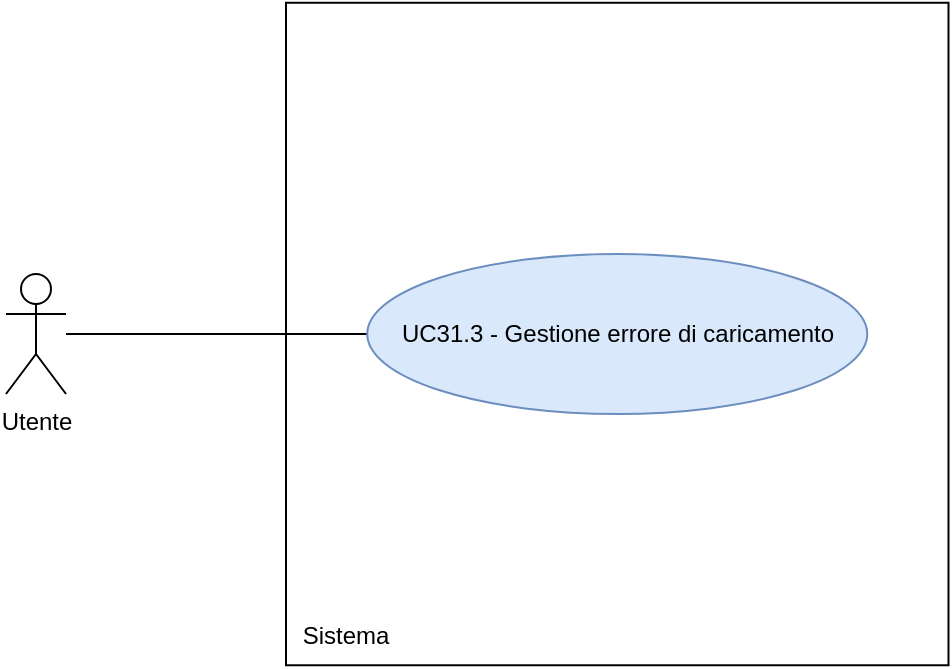
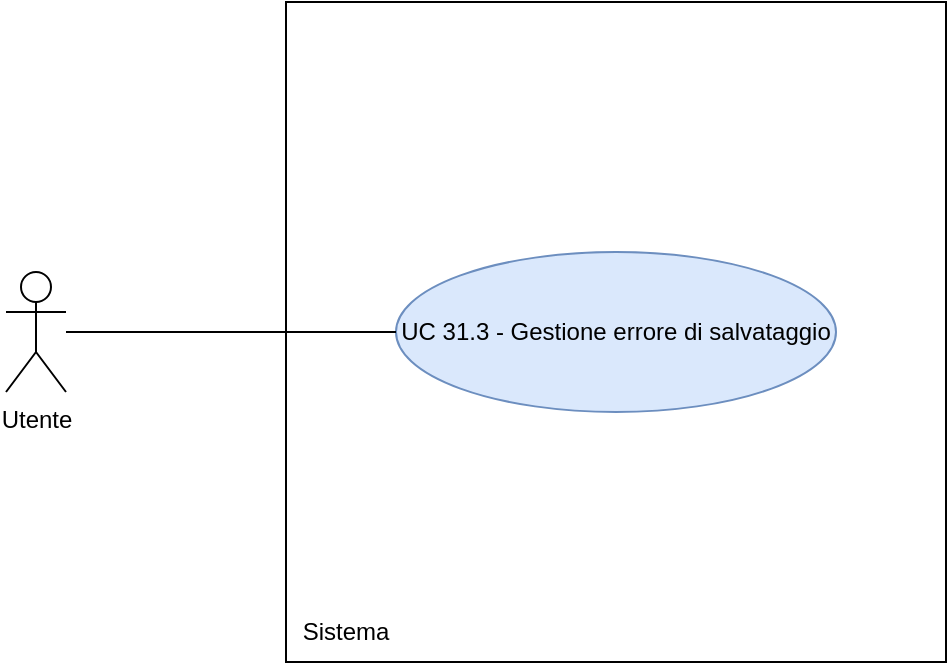
- <mxfile host="Electron" agent="Mozilla/5.0 (Macintosh; Intel Mac OS X 10_15_7) AppleWebKit/537.36 (KHTML, like Gecko) draw.io/29.6.6 Chrome/144.0.7559.236 Electron/40.8.4 Safari/537.36" version="29.6.6">
-   <diagram name="Page-1" id="txlnS8rQwgi-RHibTv1T">
-     <mxGraphModel dx="976" dy="656" grid="1" gridSize="10" guides="1" tooltips="1" connect="1" arrows="1" fold="1" page="1" pageScale="1" pageWidth="850" pageHeight="1100" math="0" shadow="0">
+ <mxfile host="app.diagrams.net">
+   <diagram name="UC 11 - Gestione Codice" id="Kt2Dgr2KxfvWRwyXOeAN">
+     <mxGraphModel dx="1483" dy="1032" grid="1" gridSize="10" guides="1" tooltips="1" connect="1" arrows="1" fold="1" page="1" pageScale="1" pageWidth="850" pageHeight="1100" math="0" shadow="0">
      <root>
        <mxCell id="0" />
        <mxCell id="1" parent="0" />
-         <mxCell id="FZwI5ev0mp1Ufgfl1J7u-1" parent="1" style="shape=umlActor;verticalLabelPosition=bottom;verticalAlign=top;html=1;outlineConnect=0;" value="Utente" vertex="1">
-           <mxGeometry height="60" width="30" x="90" y="270" as="geometry" />
+         <mxCell id="RaLqJGYHGWQkEpiDzxTo-696" parent="1" style="shape=umlActor;verticalLabelPosition=bottom;verticalAlign=top;html=1;outlineConnect=0;" value="Utente" vertex="1">
+           <mxGeometry height="60" width="30" x="120" y="365" as="geometry" />
        </mxCell>
-         <mxCell id="FZwI5ev0mp1Ufgfl1J7u-4" parent="1" style="whiteSpace=wrap;html=1;aspect=fixed;" value="" vertex="1">
-           <mxGeometry height="331.25" width="331.25" x="230" y="134.38" as="geometry" />
+         <mxCell id="RaLqJGYHGWQkEpiDzxTo-697" parent="1" style="whiteSpace=wrap;html=1;aspect=fixed;" value="" vertex="1">
+           <mxGeometry height="330" width="330" x="260" y="230" as="geometry" />
        </mxCell>
-         <mxCell id="FZwI5ev0mp1Ufgfl1J7u-6" edge="1" parent="1" source="FZwI5ev0mp1Ufgfl1J7u-5" style="edgeStyle=orthogonalEdgeStyle;rounded=0;orthogonalLoop=1;jettySize=auto;html=1;endArrow=none;endFill=0;">
-           <mxGeometry relative="1" as="geometry">
-             <mxPoint x="120" y="300" as="targetPoint" />
-           </mxGeometry>
+         <mxCell id="RaLqJGYHGWQkEpiDzxTo-698" parent="1" style="text;html=1;whiteSpace=wrap;strokeColor=none;fillColor=none;align=center;verticalAlign=middle;rounded=0;" value="Sistema" vertex="1">
+           <mxGeometry height="30" width="60" x="260" y="530" as="geometry" />
        </mxCell>
-         <mxCell id="FZwI5ev0mp1Ufgfl1J7u-5" parent="1" style="ellipse;whiteSpace=wrap;html=1;fillColor=#dae8fc;strokeColor=#6c8ebf;" value="UC31.3 - Gestione errore di caricamento" vertex="1">
-           <mxGeometry height="80" width="250" x="270.63" y="260" as="geometry" />
+         <mxCell id="RaLqJGYHGWQkEpiDzxTo-699" parent="1" style="ellipse;whiteSpace=wrap;html=1;fillColor=#dae8fc;strokeColor=#6c8ebf;" value="UC 31.3 - Gestione errore di salvataggio" vertex="1">
+           <mxGeometry height="80" width="220" x="315" y="355" as="geometry" />
        </mxCell>
-         <mxCell id="FZwI5ev0mp1Ufgfl1J7u-7" parent="1" style="text;html=1;whiteSpace=wrap;strokeColor=none;fillColor=none;align=center;verticalAlign=middle;rounded=0;" value="Sistema" vertex="1">
-           <mxGeometry height="30" width="60" x="230" y="435.63" as="geometry" />
+         <mxCell id="RaLqJGYHGWQkEpiDzxTo-700" edge="1" parent="1" source="RaLqJGYHGWQkEpiDzxTo-696" style="edgeStyle=none;rounded=0;orthogonalLoop=1;jettySize=auto;html=1;endArrow=none;endFill=0;" target="RaLqJGYHGWQkEpiDzxTo-699">
+           <mxGeometry relative="1" as="geometry" />
        </mxCell>
      </root>
    </mxGraphModel>
  </diagram>
</mxfile>
